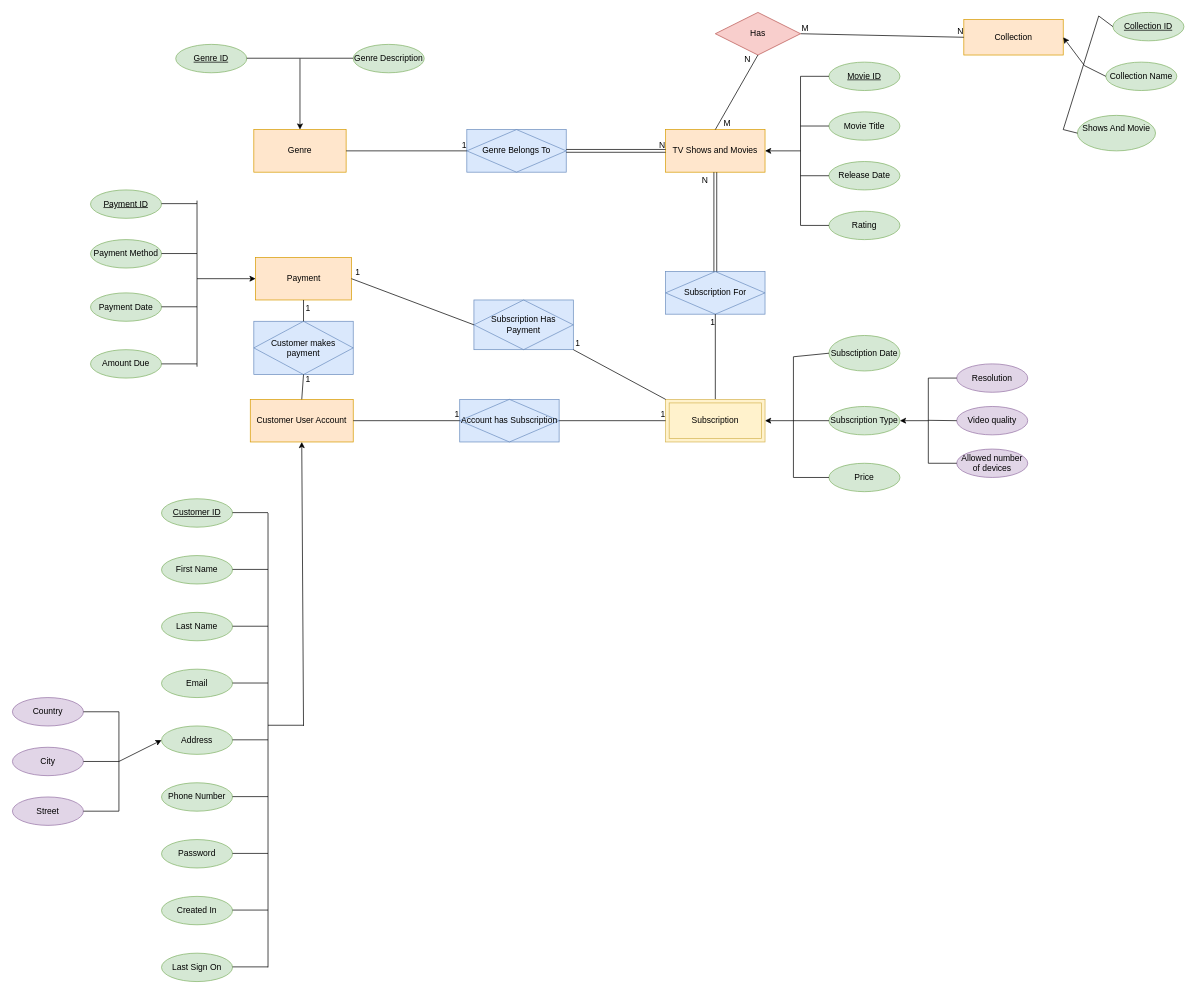
This is Software Modeling/Netflix Conceptual Diagram.drawio from PlamenGospodinov/Exercises-Part-2, a draw.io file, before an edit. Source tidied: cells renumbered, new cells numbered last; positions are measured from the earlier drawing's top-left corner, leaving out a move shared by most shapes. Both pictures are drawn from the tidied source at 71%, with x=0, y=0 at pixel (12, 12).
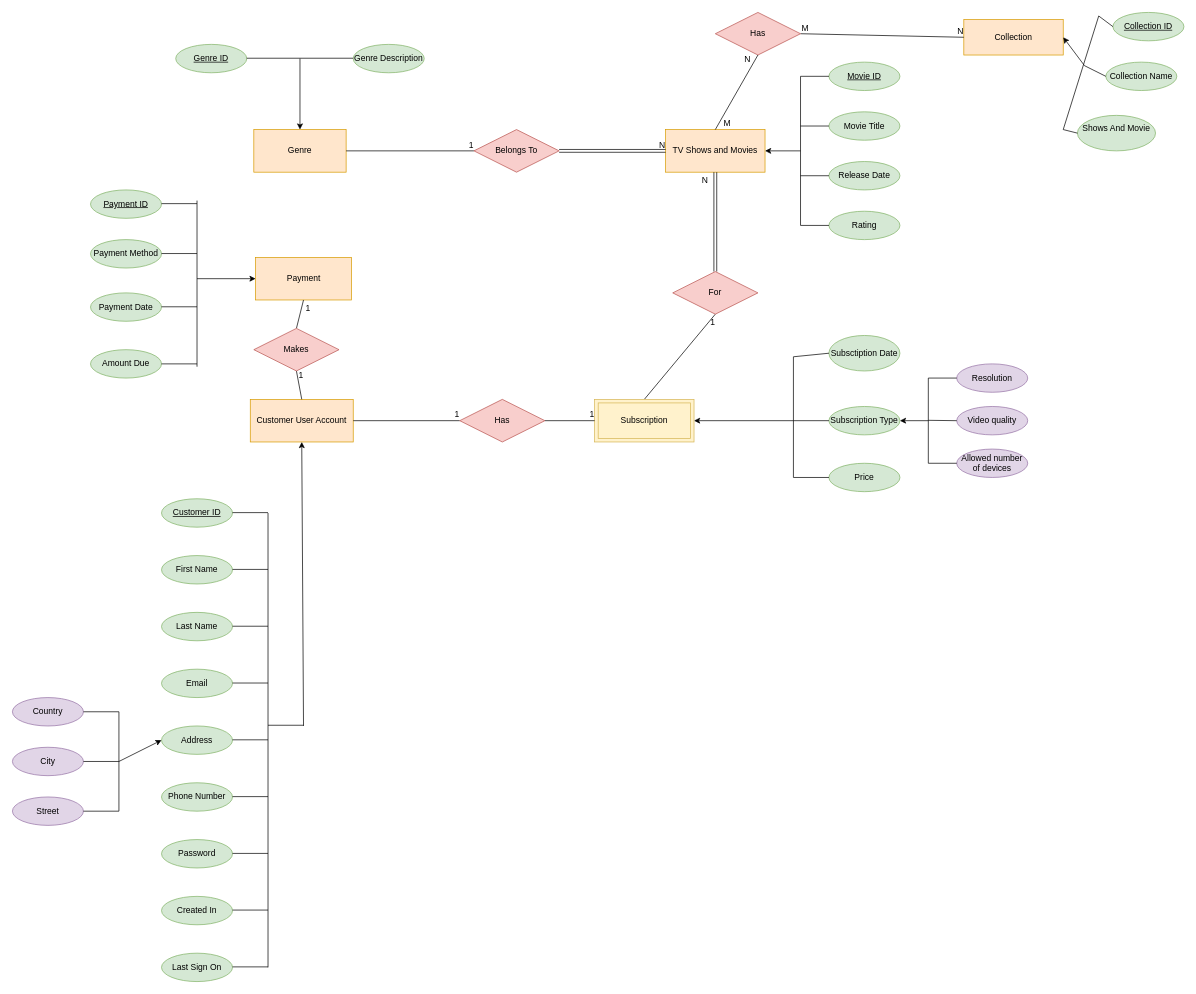
The same page after the edit.

Unchanged cells that the change refers to:
```xml
<mxCell id="2" value="Genre" style="whiteSpace=wrap;html=1;align=center;fillColor=#ffe6cc;strokeColor=#d79b00;" parent="1" vertex="1">
  <mxGeometry x="340" y="165" width="130" height="60" as="geometry" />
</mxCell>
<mxCell id="10" value="TV Shows and Movies" style="whiteSpace=wrap;html=1;align=center;fillColor=#ffe6cc;strokeColor=#d79b00;" parent="1" vertex="1">
  <mxGeometry x="920" y="165" width="140" height="60" as="geometry" />
</mxCell>
<mxCell id="45" value="Customer User Account" style="whiteSpace=wrap;html=1;align=center;fillColor=#ffe6cc;strokeColor=#d79b00;" parent="1" vertex="1">
  <mxGeometry x="335" y="545" width="145" height="60" as="geometry" />
</mxCell>
<mxCell id="68" value="Payment" style="whiteSpace=wrap;html=1;align=center;fillColor=#ffe6cc;strokeColor=#d79b00;" parent="1" vertex="1">
  <mxGeometry x="342.5" y="345" width="135" height="60" as="geometry" />
</mxCell>
```

Change to the diagram source:
```diff
@@
-    <mxCell id="7" value="Genre Belongs To" style="shape=associativeEntity;whiteSpace=wrap;html=1;align=center;fillColor=#dae8fc;strokeColor=#6c8ebf;" parent="1" vertex="1">
-      <mxGeometry x="640" y="165" width="140" height="60" as="geometry" />
-    </mxCell>
-    <mxCell id="8" style="endArrow=none;html=1;rounded=0;exitX=1;exitY=0.5;exitDx=0;exitDy=0;entryX=0;entryY=0.5;entryDx=0;entryDy=0;" parent="1" edge="1" source="2" target="7">
+    <mxCell id="8" style="endArrow=none;html=1;rounded=0;exitX=1;exitY=0.5;exitDx=0;exitDy=0;entryX=0;entryY=0.5;entryDx=0;entryDy=0;" parent="1" edge="1" source="2" target="118">
       <mxGeometry relative="1" as="geometry" />
     </mxCell>
@@
-    <mxCell id="11" style="shape=link;html=1;rounded=0;exitX=1;exitY=0.5;exitDx=0;exitDy=0;entryX=0;entryY=0.5;entryDx=0;entryDy=0;" parent="1" edge="1" source="7" target="10">
+    <mxCell id="11" style="shape=link;html=1;rounded=0;exitX=1;exitY=0.5;exitDx=0;exitDy=0;entryX=0;entryY=0.5;entryDx=0;entryDy=0;" parent="1" edge="1" source="118" target="10">
       <mxGeometry relative="1" as="geometry" />
     </mxCell>
@@
-    <mxCell id="23" value="Subscription For" style="shape=associativeEntity;whiteSpace=wrap;html=1;align=center;fillColor=#dae8fc;strokeColor=#6c8ebf;" parent="1" vertex="1">
-      <mxGeometry x="920" y="365" width="140" height="60" as="geometry" />
-    </mxCell>
-    <mxCell id="24" style="endArrow=none;html=1;rounded=0;exitX=0.5;exitY=0;exitDx=0;exitDy=0;entryX=0.5;entryY=1;entryDx=0;entryDy=0;" parent="1" edge="1" source="32" target="23">
+    <mxCell id="24" style="endArrow=none;html=1;rounded=0;exitX=0.5;exitY=0;exitDx=0;exitDy=0;entryX=0.5;entryY=1;entryDx=0;entryDy=0;" parent="1" edge="1" source="32" target="119">
       <mxGeometry relative="1" as="geometry" />
     </mxCell>
@@
-    <mxCell id="26" style="shape=link;html=1;rounded=0;exitX=0.5;exitY=0;exitDx=0;exitDy=0;entryX=0.5;entryY=1;entryDx=0;entryDy=0;" parent="1" edge="1" source="23" target="10">
+    <mxCell id="26" style="shape=link;html=1;rounded=0;exitX=0.5;exitY=0;exitDx=0;exitDy=0;entryX=0.5;entryY=1;entryDx=0;entryDy=0;" parent="1" edge="1" source="119" target="10">
       <mxGeometry relative="1" as="geometry" />
     </mxCell>
@@
     <mxCell id="32" value="Subscription" style="shape=ext;margin=3;double=1;whiteSpace=wrap;html=1;align=center;fillColor=#fff2cc;strokeColor=#d6b656;" parent="1" vertex="1">
-      <mxGeometry x="920" y="545" width="140" height="60" as="geometry" />
+      <mxGeometry x="820" y="545" width="140" height="60" as="geometry" />
     </mxCell>
@@
-    <mxCell id="44" style="endArrow=classic;html=1;rounded=0;" parent="1" edge="1">
+    <mxCell id="44" style="endArrow=classic;html=1;rounded=0;entryX=1;entryY=0.5;entryDx=0;entryDy=0;" parent="1" edge="1" target="32">
       <mxGeometry relative="1" as="geometry">
         <mxPoint x="1100" y="575" as="sourcePoint" />
-        <mxPoint x="1060" y="575" as="targetPoint" />
       </mxGeometry>
     </mxCell>
@@
-    <mxCell id="46" value="Account has Subscription" style="shape=associativeEntity;whiteSpace=wrap;html=1;align=center;fillColor=#dae8fc;strokeColor=#6c8ebf;" parent="1" vertex="1">
-      <mxGeometry x="630" y="545" width="140" height="60" as="geometry" />
-    </mxCell>
-    <mxCell id="47" style="endArrow=none;html=1;rounded=0;exitX=1;exitY=0.5;exitDx=0;exitDy=0;entryX=0;entryY=0.5;entryDx=0;entryDy=0;" parent="1" edge="1" source="45" target="46">
+    <mxCell id="47" style="endArrow=none;html=1;rounded=0;exitX=1;exitY=0.5;exitDx=0;exitDy=0;entryX=0;entryY=0.5;entryDx=0;entryDy=0;" parent="1" edge="1" source="45" target="120">
       <mxGeometry relative="1" as="geometry" />
     </mxCell>
@@
-    <mxCell id="49" style="endArrow=none;html=1;rounded=0;exitX=1;exitY=0.5;exitDx=0;exitDy=0;" parent="1" edge="1" source="46" target="32">
+    <mxCell id="49" style="endArrow=none;html=1;rounded=0;exitX=1;exitY=0.5;exitDx=0;exitDy=0;" parent="1" edge="1" source="120" target="32">
       <mxGeometry relative="1" as="geometry" />
     </mxCell>
@@
-    <mxCell id="79" value="Customer makes payment" style="shape=associativeEntity;whiteSpace=wrap;html=1;align=center;fillColor=#dae8fc;strokeColor=#6c8ebf;" parent="1" vertex="1">
-      <mxGeometry x="340" y="435" width="140" height="75" as="geometry" />
-    </mxCell>
-    <mxCell id="80" style="endArrow=none;html=1;rounded=0;exitX=0.5;exitY=0;exitDx=0;exitDy=0;entryX=0.5;entryY=1;entryDx=0;entryDy=0;" parent="1" edge="1" source="45" target="79">
+    <mxCell id="80" style="endArrow=none;html=1;rounded=0;exitX=0.5;exitY=0;exitDx=0;exitDy=0;entryX=0.5;entryY=1;entryDx=0;entryDy=0;" parent="1" edge="1" source="45" target="117">
       <mxGeometry relative="1" as="geometry" />
     </mxCell>
@@
-    <mxCell id="82" style="endArrow=none;html=1;rounded=0;exitX=0.5;exitY=0;exitDx=0;exitDy=0;entryX=0.5;entryY=1;entryDx=0;entryDy=0;" parent="1" edge="1" source="79" target="68">
+    <mxCell id="82" style="endArrow=none;html=1;rounded=0;exitX=0.5;exitY=0;exitDx=0;exitDy=0;entryX=0.5;entryY=1;entryDx=0;entryDy=0;" parent="1" edge="1" source="117" target="68">
       <mxGeometry relative="1" as="geometry" />
     </mxCell>
@@
-    <mxCell id="84" value="Subscription Has Payment" style="shape=associativeEntity;whiteSpace=wrap;html=1;align=center;fillColor=#dae8fc;strokeColor=#6c8ebf;" parent="1" vertex="1">
-      <mxGeometry x="650" y="405" width="140" height="70" as="geometry" />
-    </mxCell>
-    <mxCell id="85" style="endArrow=none;html=1;rounded=0;exitX=0;exitY=0;exitDx=0;exitDy=0;entryX=1;entryY=1;entryDx=0;entryDy=0;" parent="1" edge="1" source="32" target="84">
-      <mxGeometry relative="1" as="geometry" />
-    </mxCell>
-    <mxCell id="86" value="1" style="html=1;align=right;verticalAlign=bottom;" parent="85" vertex="1">
-      <mxGeometry x="1" relative="1" as="geometry">
-        <mxPoint x="10" as="offset" />
-      </mxGeometry>
-    </mxCell>
-    <mxCell id="87" style="endArrow=none;html=1;rounded=0;exitX=0;exitY=0.5;exitDx=0;exitDy=0;entryX=1;entryY=0.5;entryDx=0;entryDy=0;" parent="1" edge="1" source="84" target="68">
-      <mxGeometry relative="1" as="geometry" />
-    </mxCell>
-    <mxCell id="88" value="1" style="html=1;align=right;verticalAlign=bottom;" parent="87" vertex="1">
-      <mxGeometry x="1" relative="1" as="geometry">
-        <mxPoint x="12" as="offset" />
-      </mxGeometry>
-    </mxCell>
@@
+    <mxCell id="117" value="Makes" style="shape=rhombus;perimeter=rhombusPerimeter;whiteSpace=wrap;html=1;align=center;fillColor=#f8cecc;strokeColor=#b85450;" parent="1" vertex="1">
+      <mxGeometry x="340" y="445" width="120" height="60" as="geometry" />
+    </mxCell>
+    <mxCell id="118" value="Belongs To" style="shape=rhombus;perimeter=rhombusPerimeter;whiteSpace=wrap;html=1;align=center;fillColor=#f8cecc;strokeColor=#b85450;" parent="1" vertex="1">
+      <mxGeometry x="650" y="165" width="120" height="60" as="geometry" />
+    </mxCell>
+    <mxCell id="119" value="For" style="shape=rhombus;perimeter=rhombusPerimeter;whiteSpace=wrap;html=1;align=center;fillColor=#f8cecc;strokeColor=#b85450;" parent="1" vertex="1">
+      <mxGeometry x="930" y="365" width="120" height="60" as="geometry" />
+    </mxCell>
+    <mxCell id="120" value="Has" style="shape=rhombus;perimeter=rhombusPerimeter;whiteSpace=wrap;html=1;align=center;fillColor=#f8cecc;strokeColor=#b85450;" parent="1" vertex="1">
+      <mxGeometry x="630" y="545" width="120" height="60" as="geometry" />
+    </mxCell>
```
